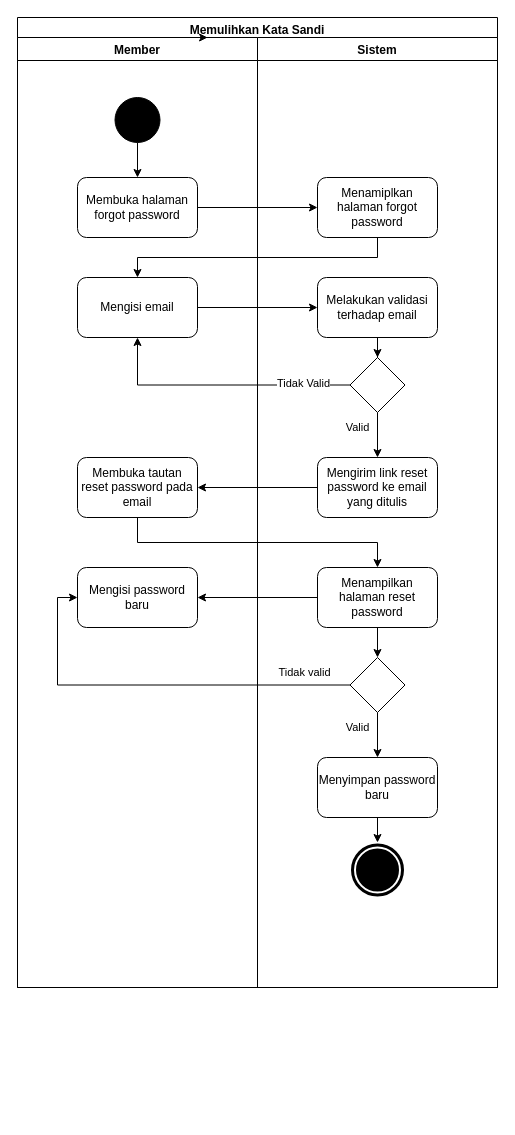
techie-jhs/thesis keeps this draw.io diagram as Diagram/Activity Diagram/4. reset password.drawio. Above is the earlier version. Source tidied: cells renumbered, new cells numbered last; positions are measured from the earlier drawing's top-left corner, leaving out a move shared by most shapes. Both pictures are drawn from the tidied source at 100%, with x=0, y=0 at pixel (17, 17).
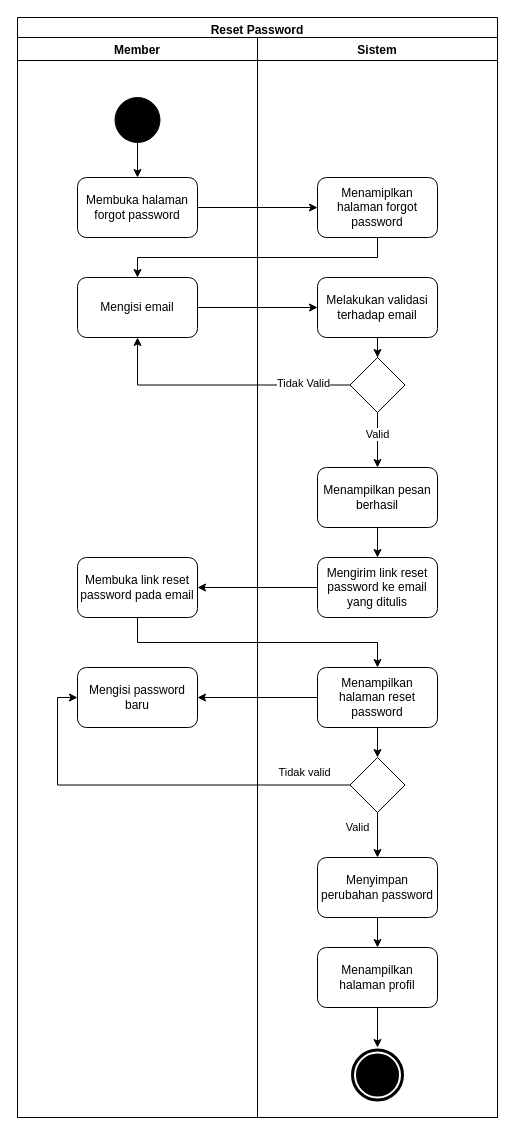
The same diagram, later.

The change refers to these unchanged cells:
```xml
<mxCell id="14" style="rhombus;whiteSpace=wrap;html=1;fillColor=none;" parent="10" vertex="1">
  <mxGeometry x="92.5" y="320" width="55" height="55" as="geometry" />
</mxCell>
```

Diff of the diagram source:
```diff
@@
-    <mxCell id="2" value="Memulihkan Kata Sandi" style="swimlane;fillColor=none;" parent="1" vertex="1">
-      <mxGeometry width="480" height="970" as="geometry" />
+    <mxCell id="2" value="Reset Password" style="swimlane;fillColor=none;" parent="1" vertex="1">
+      <mxGeometry width="480" height="1100" as="geometry" />
     </mxCell>
     <mxCell id="3" value="Member" style="swimlane;startSize=23;" parent="2" vertex="1">
-      <mxGeometry y="20" width="240" height="950" as="geometry" />
+      <mxGeometry y="20" width="240" height="1080" as="geometry" />
     </mxCell>
@@
-    <mxCell id="7" value="Membuka tautan reset password pada email" style="rounded=1;whiteSpace=wrap;html=1;fillColor=none;" parent="3" vertex="1">
-      <mxGeometry x="60" y="420" width="120" height="60" as="geometry" />
+    <mxCell id="7" value="Membuka link reset password pada email" style="rounded=1;whiteSpace=wrap;html=1;fillColor=none;" parent="3" vertex="1">
+      <mxGeometry x="60" y="520" width="120" height="60" as="geometry" />
     </mxCell>
     <mxCell id="8" value="Mengisi password baru" style="rounded=1;whiteSpace=wrap;html=1;fillColor=none;" parent="3" vertex="1">
-      <mxGeometry x="60" y="530" width="120" height="60" as="geometry" />
+      <mxGeometry x="60" y="630" width="120" height="60" as="geometry" />
     </mxCell>
@@
     <mxCell id="10" value="Sistem" style="swimlane;" parent="2" vertex="1">
-      <mxGeometry x="240" y="20" width="240" height="950" as="geometry" />
+      <mxGeometry x="240" y="20" width="240" height="1080" as="geometry" />
     </mxCell>
@@
+    <mxCell id="35" style="edgeStyle=orthogonalEdgeStyle;rounded=0;jettySize=auto;html=1;" parent="10" edge="1" source="14" target="38">
+      <mxGeometry relative="1" as="geometry" />
+    </mxCell>
-    <mxCell id="13" value="Valid" style="edgeStyle=orthogonalEdgeStyle;rounded=0;jettySize=auto;html=1;" parent="10" edge="1" source="14" target="15">
-      <mxGeometry x="-0.33" y="-20" relative="1" as="geometry" />
+    <mxCell id="13" value="Valid" style="edgeLabel;html=1;align=center;verticalAlign=middle;" parent="35" vertex="1">
+      <mxGeometry x="-0.25" y="-1" relative="1" as="geometry" />
     </mxCell>
@@
     <mxCell id="15" value="Mengirim link reset password ke email yang ditulis" style="rounded=1;whiteSpace=wrap;html=1;fillColor=none;" parent="10" vertex="1">
-      <mxGeometry x="60" y="420" width="120" height="60" as="geometry" />
+      <mxGeometry x="60" y="520" width="120" height="60" as="geometry" />
     </mxCell>
-    <mxCell id="16" style="ellipse;shape=doubleEllipse;whiteSpace=wrap;html=1;fillColor=#000000;strokeColor=#FFFFFF;strokeWidth=2;" parent="10" vertex="1">
-      <mxGeometry x="92.5" y="805" width="55" height="55" as="geometry" />
-    </mxCell>
@@
     <mxCell id="19" value="Menampilkan halaman reset password" style="rounded=1;whiteSpace=wrap;html=1;fillColor=none;" parent="10" vertex="1">
-      <mxGeometry x="60" y="530" width="120" height="60" as="geometry" />
+      <mxGeometry x="60" y="630" width="120" height="60" as="geometry" />
     </mxCell>
     <mxCell id="20" style="rhombus;whiteSpace=wrap;html=1;fillColor=none;" parent="10" vertex="1">
-      <mxGeometry x="92.5" y="620" width="55" height="55" as="geometry" />
+      <mxGeometry x="92.5" y="720" width="55" height="55" as="geometry" />
     </mxCell>
-    <mxCell id="21" style="edgeStyle=orthogonalEdgeStyle;rounded=0;jettySize=auto;html=1;" parent="10" edge="1" source="22" target="16">
-      <mxGeometry relative="1" as="geometry" />
-    </mxCell>
+    <mxCell id="36" style="edgeStyle=orthogonalEdgeStyle;rounded=0;jettySize=auto;html=1;" parent="10" edge="1" source="22" target="39">
+      <mxGeometry relative="1" as="geometry" />
+    </mxCell>
-    <mxCell id="22" value="Menyimpan password baru" style="rounded=1;whiteSpace=wrap;html=1;fillColor=none;" parent="10" vertex="1">
-      <mxGeometry x="60" y="720" width="120" height="60" as="geometry" />
+    <mxCell id="22" value="Menyimpan perubahan password" style="rounded=1;whiteSpace=wrap;html=1;fillColor=none;" parent="10" vertex="1">
+      <mxGeometry x="60" y="820" width="120" height="60" as="geometry" />
     </mxCell>
@@
     <mxCell id="24" value="Tidak valid" style="edgeLabel;html=1;align=center;verticalAlign=middle;" parent="10" vertex="1">
-      <mxGeometry x="46.5" y="634.5" as="geometry" />
+      <mxGeometry x="46.5" y="734.5" as="geometry" />
     </mxCell>
+    <mxCell id="37" style="edgeStyle=orthogonalEdgeStyle;rounded=0;jettySize=auto;html=1;" parent="10" edge="1" source="38" target="15">
+      <mxGeometry relative="1" as="geometry" />
+    </mxCell>
+    <mxCell id="38" value="Menampilkan pesan berhasil" style="rounded=1;whiteSpace=wrap;html=1;fillColor=none;" parent="10" vertex="1">
+      <mxGeometry x="60" y="430" width="120" height="60" as="geometry" />
+    </mxCell>
+    <mxCell id="39" value="Menampilkan halaman profil" style="rounded=1;whiteSpace=wrap;html=1;fillColor=none;" parent="10" vertex="1">
+      <mxGeometry x="60" y="910" width="120" height="60" as="geometry" />
+    </mxCell>
@@
-    <mxCell id="34" style="edgeStyle=orthogonalEdgeStyle;rounded=0;orthogonalLoop=1;jettySize=auto;html=1;exitX=0.75;exitY=0;exitDx=0;exitDy=0;entryX=0.792;entryY=0;entryDx=0;entryDy=0;entryPerimeter=0;" parent="2" edge="1" source="3" target="3">
-      <mxGeometry relative="1" as="geometry" />
-    </mxCell>
+    <mxCell id="16" style="ellipse;shape=doubleEllipse;whiteSpace=wrap;html=1;fillColor=#000000;strokeColor=#FFFFFF;strokeWidth=2;" parent="1" vertex="1">
+      <mxGeometry x="332.5" y="1030" width="55" height="55" as="geometry" />
+    </mxCell>
+    <mxCell id="40" style="edgeStyle=orthogonalEdgeStyle;rounded=0;jettySize=auto;html=1;" parent="1" edge="1" source="39" target="16">
+      <mxGeometry relative="1" as="geometry" />
+    </mxCell>
```
